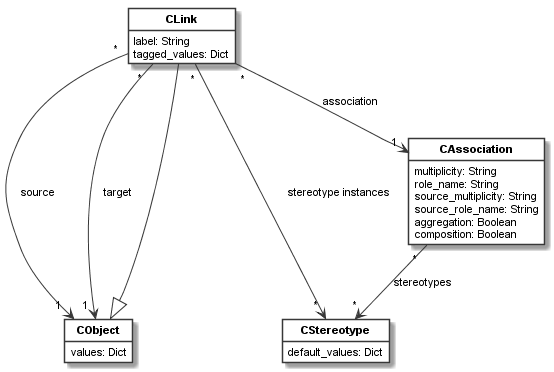
Earlier version of the PlantUML export docsrc/source/images/link_model.png (uzdun/CodeableModels). Source of this version:
```plantuml
@startuml
skinparam monochrome true
skinparam ClassBackgroundColor White
hide empty members
hide circle
skinparam defaultFontName Arial
skinparam defaultFontSize 11
skinparam classfontstyle bold
class "CLink" as __1_CLink{
label: String
tagged_values: Dict
}

class "CObject" as __2_CObject{
values: Dict
}

class "CAssociation" as __3_CAssociation{
multiplicity: String
role_name: String
source_multiplicity: String
source_role_name: String
aggregation: Boolean
composition: Boolean
}

class "CStereotype" as __4_CStereotype{
default_values: Dict
}

__2_CObject <|--- __1_CLink
__1_CLink " * "  -->  " 1 " __2_CObject: "source"
__1_CLink " * "  -->  " 1 " __2_CObject: "target"
__1_CLink " * "  -->  " * " __4_CStereotype: "stereotype instances"
__1_CLink " * "  -->  " 1 " __3_CAssociation: "association"
__3_CAssociation " * "  -->  " * " __4_CStereotype: "stereotypes"
@enduml
```
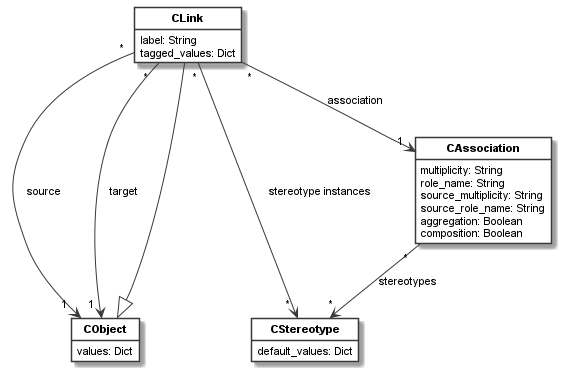
The same diagram one commit later.

Diff of the diagram source:
```diff
@@ -5,17 +5,16 @@
 hide circle
 skinparam defaultFontName Arial
 skinparam defaultFontSize 11
-skinparam classfontstyle bold
-class "CLink" as __1_CLink{
+class "<b>CLink</b>" as __1_CLink{
 label: String
 tagged_values: Dict
 }
 
-class "CObject" as __2_CObject{
+class "<b>CObject</b>" as __2_CObject{
 values: Dict
 }
 
-class "CAssociation" as __3_CAssociation{
+class "<b>CAssociation</b>" as __3_CAssociation{
 multiplicity: String
 role_name: String
 source_multiplicity: String
@@ -24,7 +23,7 @@
 composition: Boolean
 }
 
-class "CStereotype" as __4_CStereotype{
+class "<b>CStereotype</b>" as __4_CStereotype{
 default_values: Dict
 }
 
```
